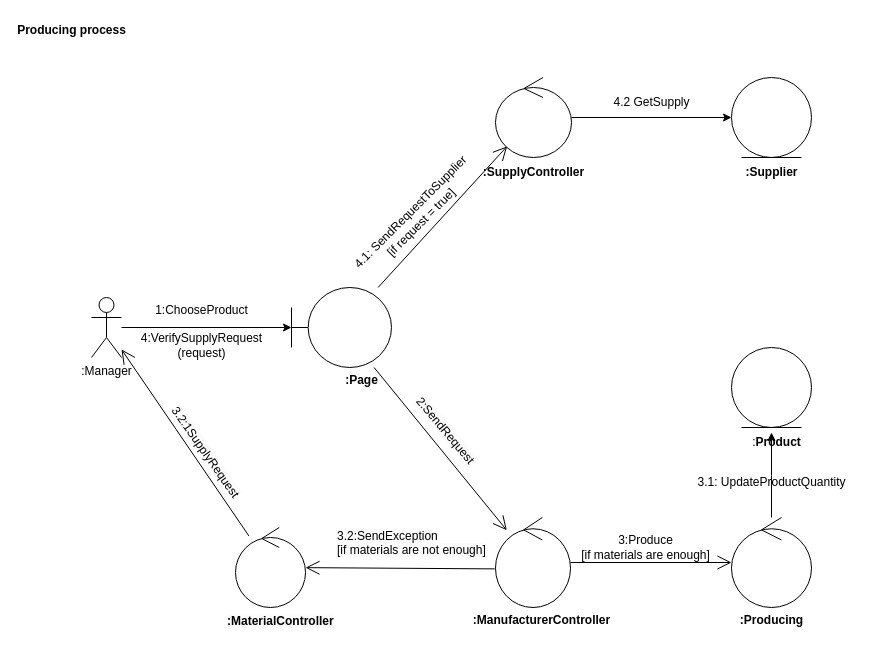
This is page "AnalysisDiagramm" (3 of 3) of UML/Sequence.drawio from zavaranak/932102.Dang, a draw.io file, before an edit. Source tidied: cells renumbered, new cells numbered last; positions are measured from the earlier drawing's top-left corner, leaving out a move shared by most shapes. Both pictures are drawn from the tidied source at 100%, with x=0, y=0 at pixel (31, 17).
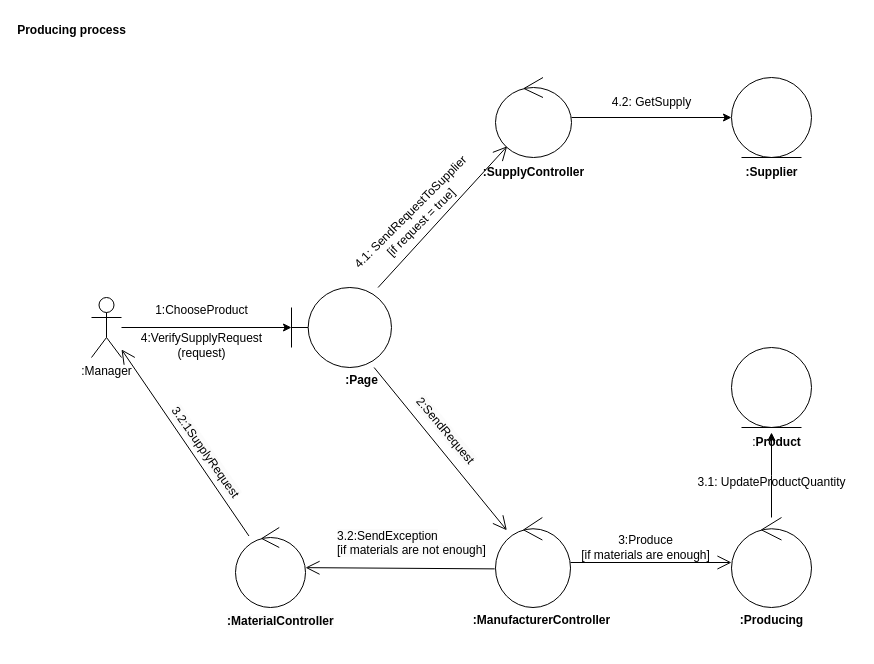
The same page after the edit.

The edit, as a diff of the source:
```diff
@@
-    <mxCell id="29" value="4.2 GetSupply" style="text;html=1;align=center;verticalAlign=middle;strokeColor=none;fillColor=none;" parent="1" vertex="1">
+    <mxCell id="29" value="4.2: GetSupply" style="text;html=1;align=center;verticalAlign=middle;strokeColor=none;fillColor=none;" parent="1" vertex="1">
       <mxGeometry x="570" y="70" width="100" height="30" as="geometry" />
     </mxCell>
```
